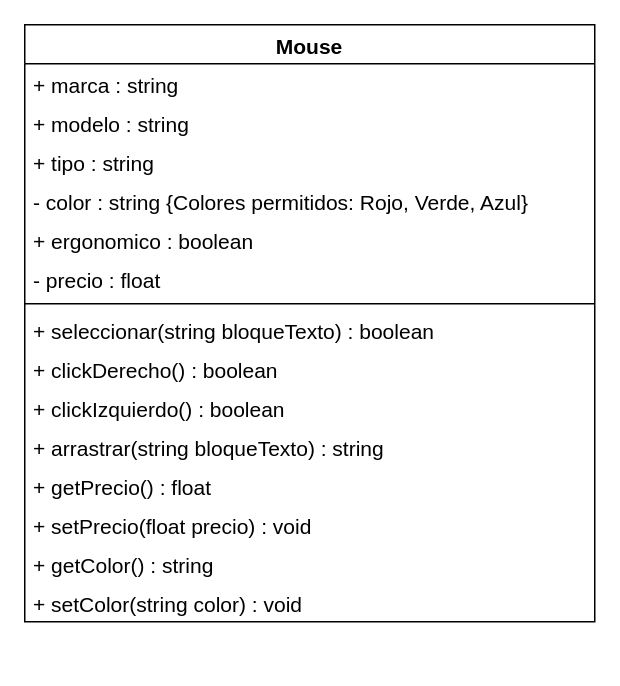
Before: t3/clases_y_encapsulamiento/ejemplos/Mouse.drawio in julcaso/inf512, a draw.io diagram. Source tidied: cells renumbered, new cells numbered last; positions are measured from the earlier drawing's top-left corner, leaving out a move shared by most shapes. Both pictures are drawn from the tidied source at 150%, with x=0, y=0 at pixel (24, 24).
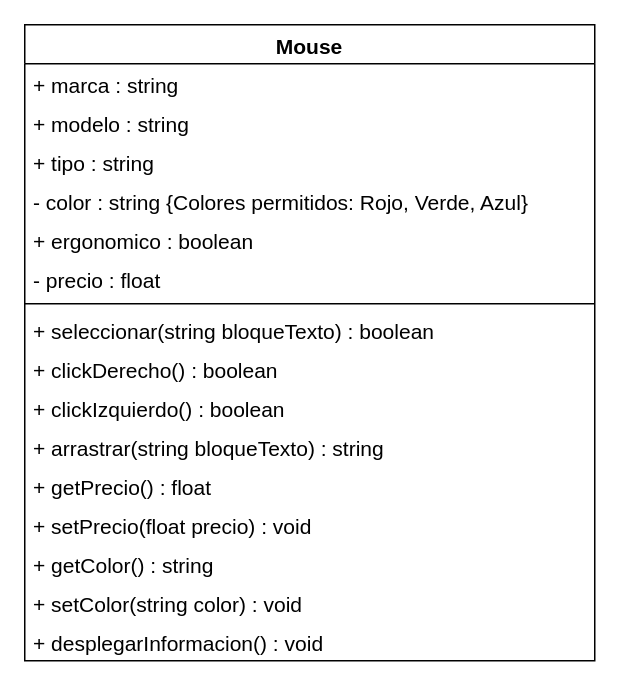
Above is the later version.

Diff of the diagram source:
```diff
@@
 <mxGraphModel>
   <root>
     <mxCell id="0" />
     <mxCell id="1" parent="0" />
     <mxCell id="2" value="Mouse" style="swimlane;fontStyle=1;align=center;verticalAlign=top;horizontal=1;startSize=26;fontSize=14;" parent="1" vertex="1">
-      <mxGeometry width="380" height="398" as="geometry" />
+      <mxGeometry width="380" height="424" as="geometry" />
     </mxCell>
     <mxCell id="3" value="+ marca : string" style="text;strokeColor=none;fillColor=none;align=left;verticalAlign=top;spacingLeft=4;spacingRight=4;overflow=hidden;fontSize=14;" parent="2" vertex="1">
       <mxGeometry y="26" width="380" height="26" as="geometry" />
     </mxCell>
     <mxCell id="4" value="+ modelo : string" style="text;strokeColor=none;fillColor=none;align=left;verticalAlign=top;spacingLeft=4;spacingRight=4;overflow=hidden;fontSize=14;" parent="2" vertex="1">
       <mxGeometry y="52" width="380" height="26" as="geometry" />
     </mxCell>
     <mxCell id="5" value="+ tipo : string" style="text;strokeColor=none;fillColor=none;align=left;verticalAlign=top;spacingLeft=4;spacingRight=4;overflow=hidden;fontSize=14;" parent="2" vertex="1">
       <mxGeometry y="78" width="380" height="26" as="geometry" />
     </mxCell>
     <mxCell id="6" value="- color : string {Colores permitidos: Rojo, Verde, Azul}" style="text;strokeColor=none;fillColor=none;align=left;verticalAlign=top;spacingLeft=4;spacingRight=4;overflow=hidden;fontSize=14;" parent="2" vertex="1">
       <mxGeometry y="104" width="380" height="26" as="geometry" />
     </mxCell>
     <mxCell id="7" value="+ ergonomico : boolean" style="text;strokeColor=none;fillColor=none;align=left;verticalAlign=top;spacingLeft=4;spacingRight=4;overflow=hidden;fontSize=14;" parent="2" vertex="1">
       <mxGeometry y="130" width="380" height="26" as="geometry" />
     </mxCell>
     <mxCell id="8" value="- precio : float" style="text;strokeColor=none;fillColor=none;align=left;verticalAlign=top;spacingLeft=4;spacingRight=4;overflow=hidden;fontSize=14;" parent="2" vertex="1">
       <mxGeometry y="156" width="380" height="26" as="geometry" />
     </mxCell>
     <mxCell id="9" style="line;strokeWidth=1;fillColor=none;align=left;verticalAlign=middle;spacingTop=-1;spacingLeft=3;spacingRight=3;labelPosition=right;fontSize=14;" parent="2" vertex="1">
       <mxGeometry y="182" width="380" height="8" as="geometry" />
     </mxCell>
     <mxCell id="10" value="+ seleccionar(string bloqueTexto) : boolean" style="text;strokeColor=none;fillColor=none;align=left;verticalAlign=top;spacingLeft=4;spacingRight=4;overflow=hidden;fontSize=14;" parent="2" vertex="1">
       <mxGeometry y="190" width="380" height="26" as="geometry" />
     </mxCell>
     <mxCell id="11" value="+ clickDerecho() : boolean" style="text;strokeColor=none;fillColor=none;align=left;verticalAlign=top;spacingLeft=4;spacingRight=4;overflow=hidden;fontSize=14;" parent="2" vertex="1">
       <mxGeometry y="216" width="380" height="26" as="geometry" />
     </mxCell>
     <mxCell id="12" value="+ clickIzquierdo() : boolean" style="text;strokeColor=none;fillColor=none;align=left;verticalAlign=top;spacingLeft=4;spacingRight=4;overflow=hidden;fontSize=14;" parent="2" vertex="1">
       <mxGeometry y="242" width="380" height="26" as="geometry" />
     </mxCell>
     <mxCell id="13" value="+ arrastrar(string bloqueTexto) : string" style="text;strokeColor=none;fillColor=none;align=left;verticalAlign=top;spacingLeft=4;spacingRight=4;overflow=hidden;fontSize=14;" parent="2" vertex="1">
       <mxGeometry y="268" width="380" height="26" as="geometry" />
     </mxCell>
     <mxCell id="14" value="+ getPrecio() : float" style="text;strokeColor=none;fillColor=none;align=left;verticalAlign=top;spacingLeft=4;spacingRight=4;overflow=hidden;fontSize=14;" parent="2" vertex="1">
       <mxGeometry y="294" width="380" height="26" as="geometry" />
     </mxCell>
     <mxCell id="15" value="+ setPrecio(float precio) : void" style="text;strokeColor=none;fillColor=none;align=left;verticalAlign=top;spacingLeft=4;spacingRight=4;overflow=hidden;fontSize=14;" parent="2" vertex="1">
       <mxGeometry y="320" width="380" height="26" as="geometry" />
     </mxCell>
     <mxCell id="16" value="+ getColor() : string" style="text;strokeColor=none;fillColor=none;align=left;verticalAlign=top;spacingLeft=4;spacingRight=4;overflow=hidden;fontSize=14;" parent="2" vertex="1">
       <mxGeometry y="346" width="380" height="26" as="geometry" />
     </mxCell>
     <mxCell id="17" value="+ setColor(string color) : void" style="text;strokeColor=none;fillColor=none;align=left;verticalAlign=top;spacingLeft=4;spacingRight=4;overflow=hidden;fontSize=14;" parent="2" vertex="1">
       <mxGeometry y="372" width="380" height="26" as="geometry" />
     </mxCell>
+    <mxCell id="18" value="+ desplegarInformacion() : void" style="text;strokeColor=none;fillColor=none;align=left;verticalAlign=top;spacingLeft=4;spacingRight=4;overflow=hidden;fontSize=14;" parent="2" vertex="1">
+      <mxGeometry y="398" width="380" height="26" as="geometry" />
+    </mxCell>
   </root>
 </mxGraphModel>
```
